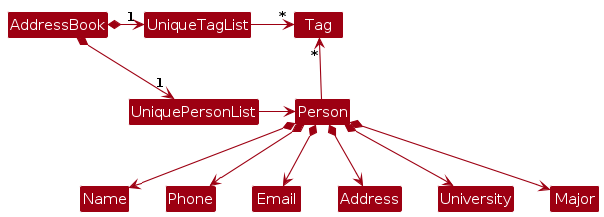
Earlier version of the PlantUML export diagrams/BetterModelClassDiagram.png (AY2425S1-CS2103T-T17-1/tp). Its source is kept beside it as diagrams/BetterModelClassDiagram.puml.
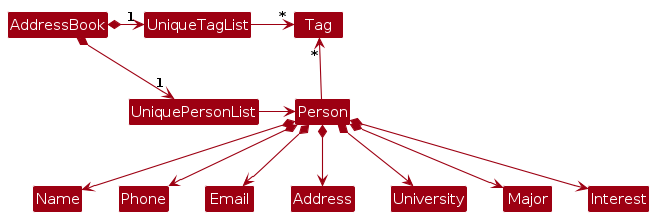
The same diagram one commit later.

The edit, as a diff of the source:
```diff
@@ -20,4 +20,5 @@
 Person *--> Address
 Person *--> University
 Person *--> Major
+Person *--> Interest
 @enduml
```
